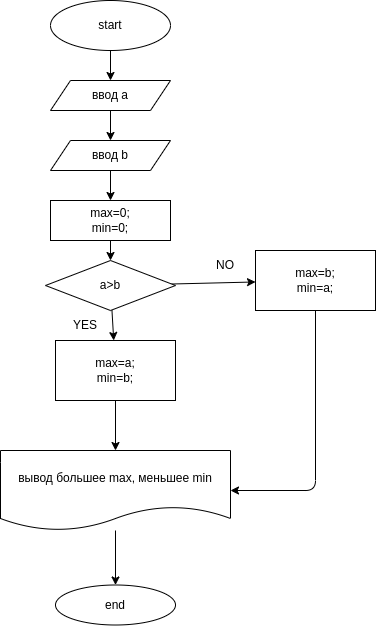
The draw.io diagram Homework/DZ_001/zadacha_001/diagram.drawio.png in FirLanPro/cSharp, before a commit. Source tidied: cells renumbered, new cells last; positions are measured from the earlier drawing's top-left corner, leaving out a move shared by most shapes.
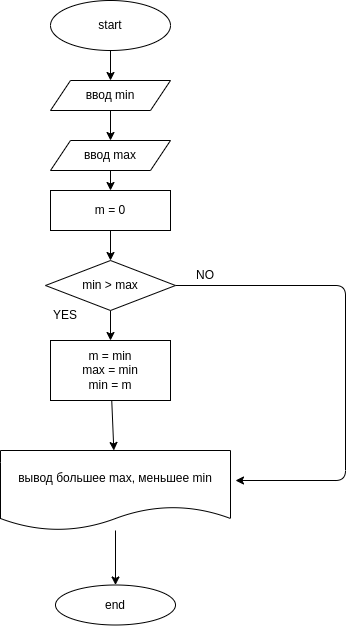
After the change.

Commit message:
редактирование DZ_001 zadacha_001 диаграмма

What changed in the source:
```diff
@@ -11,60 +11,56 @@
     <mxCell id="4" style="edgeStyle=none;html=1;entryX=0.5;entryY=0;entryDx=0;entryDy=0;" parent="1" edge="1" source="5" target="14">
       <mxGeometry relative="1" as="geometry" />
     </mxCell>
-    <mxCell id="5" value="ввод a" style="shape=parallelogram;perimeter=parallelogramPerimeter;whiteSpace=wrap;html=1;fixedSize=1;" parent="1" vertex="1">
+    <mxCell id="5" value="ввод min" style="shape=parallelogram;perimeter=parallelogramPerimeter;whiteSpace=wrap;html=1;fixedSize=1;" parent="1" vertex="1">
       <mxGeometry x="50" y="80" width="120" height="30" as="geometry" />
     </mxCell>
-    <mxCell id="6" style="edgeStyle=none;html=1;entryX=1;entryY=0.5;entryDx=0;entryDy=0;" parent="1" edge="1" source="7" target="21">
-      <mxGeometry relative="1" as="geometry">
-        <Array as="points">
-          <mxPoint x="315" y="490" />
-        </Array>
-      </mxGeometry>
-    </mxCell>
-    <mxCell id="7" value="max=b;&lt;br&gt;min=a;" style="rounded=0;whiteSpace=wrap;html=1;fontFamily=Helvetica;fontSize=12;fontColor=default;align=center;strokeColor=default;fillColor=default;" parent="1" vertex="1">
-      <mxGeometry x="255" y="250" width="120" height="60" as="geometry" />
-    </mxCell>
     <mxCell id="8" style="edgeStyle=none;html=1;" parent="1" edge="1" source="10" target="12">
       <mxGeometry relative="1" as="geometry" />
     </mxCell>
-    <mxCell id="9" style="edgeStyle=none;html=1;" parent="1" edge="1" source="10" target="7">
-      <mxGeometry relative="1" as="geometry" />
-    </mxCell>
+    <mxCell id="22" style="edgeStyle=none;html=1;" parent="1" edge="1" source="10">
+      <mxGeometry relative="1" as="geometry">
+        <mxPoint x="235" y="480" as="targetPoint" />
+        <Array as="points">
+          <mxPoint x="345" y="285" />
+          <mxPoint x="345" y="480" />
+        </Array>
+      </mxGeometry>
+    </mxCell>
-    <mxCell id="10" value="a&amp;gt;b" style="rhombus;whiteSpace=wrap;html=1;" parent="1" vertex="1">
+    <mxCell id="10" value="min &amp;gt; max" style="rhombus;whiteSpace=wrap;html=1;" parent="1" vertex="1">
       <mxGeometry x="45" y="260" width="130" height="50" as="geometry" />
     </mxCell>
     <mxCell id="11" style="edgeStyle=none;html=1;" parent="1" edge="1" source="12" target="21">
       <mxGeometry relative="1" as="geometry" />
     </mxCell>
-    <mxCell id="12" value="max=a;&lt;br&gt;min=b;" style="rounded=0;whiteSpace=wrap;html=1;" parent="1" vertex="1">
-      <mxGeometry x="55" y="340" width="120" height="60" as="geometry" />
+    <mxCell id="12" value="m = min&lt;br&gt;max = min&lt;br&gt;min = m" style="rounded=0;whiteSpace=wrap;html=1;" parent="1" vertex="1">
+      <mxGeometry x="50" y="340" width="120" height="60" as="geometry" />
     </mxCell>
-    <mxCell id="13" style="edgeStyle=none;html=1;" parent="1" edge="1" source="14" target="17">
+    <mxCell id="13" style="edgeStyle=none;html=1;entryX=0.5;entryY=0;entryDx=0;entryDy=0;" parent="1" edge="1" source="14" target="24">
       <mxGeometry relative="1" as="geometry" />
     </mxCell>
-    <mxCell id="14" value="ввод b" style="shape=parallelogram;perimeter=parallelogramPerimeter;whiteSpace=wrap;html=1;fixedSize=1;" parent="1" vertex="1">
+    <mxCell id="14" value="ввод max" style="shape=parallelogram;perimeter=parallelogramPerimeter;whiteSpace=wrap;html=1;fixedSize=1;" parent="1" vertex="1">
       <mxGeometry x="50" y="140" width="120" height="30" as="geometry" />
     </mxCell>
     <mxCell id="15" value="end" style="ellipse;whiteSpace=wrap;html=1;" parent="1" vertex="1">
       <mxGeometry x="55" y="584.5" width="120" height="40" as="geometry" />
     </mxCell>
-    <mxCell id="16" style="edgeStyle=none;html=1;" parent="1" edge="1" source="17" target="10">
-      <mxGeometry relative="1" as="geometry" />
-    </mxCell>
-    <mxCell id="17" value="max=0;&lt;br&gt;min=0;" style="rounded=0;whiteSpace=wrap;html=1;" parent="1" vertex="1">
-      <mxGeometry x="50" y="200" width="120" height="40" as="geometry" />
-    </mxCell>
+    <mxCell id="20" style="edgeStyle=none;html=1;" parent="1" edge="1" source="21" target="15">
+      <mxGeometry relative="1" as="geometry" />
+    </mxCell>
+    <mxCell id="21" value="вывод большее max, меньшее min" style="shape=document;whiteSpace=wrap;html=1;boundedLbl=1;" parent="1" vertex="1">
+      <mxGeometry y="450" width="230" height="80" as="geometry" />
+    </mxCell>
+    <mxCell id="23" style="edgeStyle=none;html=1;" parent="1" edge="1" source="24" target="10">
+      <mxGeometry relative="1" as="geometry" />
+    </mxCell>
+    <mxCell id="24" value="m = 0" style="rounded=0;whiteSpace=wrap;html=1;" parent="1" vertex="1">
+      <mxGeometry x="50" y="190" width="120" height="40" as="geometry" />
+    </mxCell>
     <mxCell id="18" value="YES" style="text;html=1;strokeColor=none;fillColor=none;align=center;verticalAlign=middle;whiteSpace=wrap;rounded=0;" parent="1" vertex="1">
-      <mxGeometry x="55" y="310" width="60" height="30" as="geometry" />
+      <mxGeometry x="35" y="300" width="60" height="30" as="geometry" />
     </mxCell>
     <mxCell id="19" value="NO" style="text;html=1;strokeColor=none;fillColor=none;align=center;verticalAlign=middle;whiteSpace=wrap;rounded=0;" parent="1" vertex="1">
-      <mxGeometry x="195" y="250" width="60" height="30" as="geometry" />
+      <mxGeometry x="175" y="260" width="60" height="30" as="geometry" />
     </mxCell>
-    <mxCell id="20" style="edgeStyle=none;html=1;" parent="1" edge="1" source="21" target="15">
-      <mxGeometry relative="1" as="geometry" />
-    </mxCell>
-    <mxCell id="21" value="вывод большее max, меньшее min" style="shape=document;whiteSpace=wrap;html=1;boundedLbl=1;" parent="1" vertex="1">
-      <mxGeometry y="450" width="230" height="80" as="geometry" />
-    </mxCell>
   </root>
 </mxGraphModel>
```
